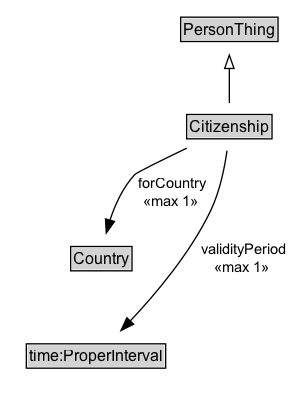
ISO-TC204/ontology-cdm-p2-v1 keeps this Graphviz diagram as docs/diagrams/Citizenship.dot.png. Above is the earlier version. Its source is kept beside it as docs/diagrams/Citizenship.dot.
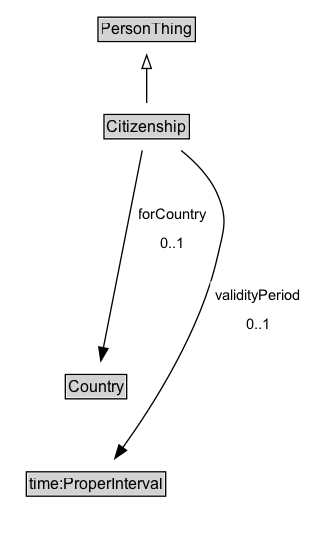
After the change.

Change to the diagram source:
```diff
@@ -3,22 +3,25 @@
 	node [fontname=Arial fontsize=12 margin=0 shape=none]
 	edge [fontname=Arial fontsize=11]
 	{
+		rank=source
+		PersonThing [label=<<TABLE BORDER="1" CELLBORDER="0" CELLSPACING="0" CELLPADDING="1"><TR><TD BGCOLOR="lightgray" ALIGN="CENTER">PersonThing</TD></TR></TABLE>> URL="../PersonThing" margin=0]
+	}
+	Citizenship [label=<<TABLE BORDER="1" CELLBORDER="0" CELLSPACING="0" CELLPADDING="1"><TR><TD BGCOLOR="lightgray" ALIGN="CENTER">Citizenship</TD></TR></TABLE>> URL="../Citizenship" margin=0]
+	{
 		rank=max
-		Citizenship [label=<<TABLE BORDER="1" CELLBORDER="0" CELLSPACING="0" CELLPADDING="1"><TR><TD BGCOLOR="lightgray" ALIGN="CENTER" PORT="e">Citizenship</TD></TR></TABLE>> URL="../Citizenship.md" margin=0]
 	}
 	subgraph cluster_associated {
 		label="" style=invis
 		Invis [label=<<TABLE BORDER="0" CELLBORDER="0" CELLSPACING="0" CELLPADDING="1"><TR><TD></TD></TR></TABLE>> margin=0 style=invis]
-		Country [label=<<TABLE BORDER="1" CELLBORDER="0" CELLSPACING="0" CELLPADDING="1"><TR><TD BGCOLOR="lightgray" ALIGN="CENTER">Country</TD></TR></TABLE>> URL="../Country.md" margin=0]
-		time_ProperInterval [label=<<TABLE BORDER="1" CELLBORDER="0" CELLSPACING="0" CELLPADDING="1"><TR><TD BGCOLOR="lightgray" ALIGN="CENTER">time:ProperInterval</TD></TR></TABLE>> margin=0]
+		Country [label=<<TABLE BORDER="1" CELLBORDER="0" CELLSPACING="0" CELLPADDING="1"><TR><TD BGCOLOR="lightgray" ALIGN="CENTER">Country</TD></TR></TABLE>> URL="../Country" margin=0]
+		time_ProperInterval [label=<<TABLE BORDER="1" CELLBORDER="0" CELLSPACING="0" CELLPADDING="1"><TR><TD BGCOLOR="lightgray" ALIGN="CENTER">time:ProperInterval</TD></TR></TABLE>> URL="https://w3id.org/citydata/imported/time/latest/ProperInterval" margin=0]
 	}
-	PersonThing [label=<<TABLE BORDER="1" CELLBORDER="0" CELLSPACING="0" CELLPADDING="1"><TR><TD BGCOLOR="lightgray" ALIGN="CENTER">PersonThing</TD></TR></TABLE>> URL="../PersonThing.md" margin=0]
 	Citizenship -> PersonThing [arrowhead=onormal style=solid]
 	Citizenship -> Invis [style=invis]
 	Invis -> Country [style=invis]
 	Country -> time_ProperInterval [style=invis]
-	Citizenship -> Country [label=" forCountry
- «max 1»  " arrowhead=normal style=solid]
-	Citizenship -> time_ProperInterval [label=" validityPeriod
- «max 1»  " arrowhead=normal style=solid]
+	time_ProperInterval [label=<<TABLE BORDER="1" CELLBORDER="0" CELLSPACING="0" CELLPADDING="1"><TR><TD BGCOLOR="lightgray" ALIGN="CENTER">time:ProperInterval</TD></TR></TABLE>> URL="https://w3id.org/citydata/imported/time/latest/ProperInterval" margin=0]
+	Citizenship -> time_ProperInterval [label=<<TABLE BORDER="0" CELLBORDER="0" CELLSPACING="0" CELLPADDING="4" BGCOLOR="white"><TR><TD ALIGN="CENTER">validityPeriod</TD></TR><TR><TD ALIGN="CENTER">0..1</TD></TR></TABLE>> arrowhead=normal style=solid]
+	Country [label=<<TABLE BORDER="1" CELLBORDER="0" CELLSPACING="0" CELLPADDING="1"><TR><TD BGCOLOR="lightgray" ALIGN="CENTER">Country</TD></TR></TABLE>> URL="../Country" margin=0]
+	Citizenship -> Country [label=<<TABLE BORDER="0" CELLBORDER="0" CELLSPACING="0" CELLPADDING="4" BGCOLOR="white"><TR><TD ALIGN="CENTER">forCountry</TD></TR><TR><TD ALIGN="CENTER">0..1</TD></TR></TABLE>> arrowhead=normal style=solid]
 }
```
